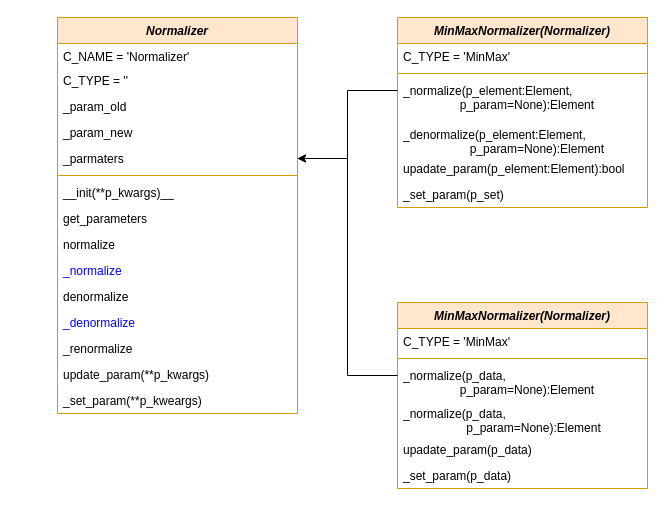
Earlier version of the draw.io diagram doc/rtd/content/append2/core/images/bf/MLPro-BF-Math-Normalizers_class_diagram.drawio (fhswf/MLPro). Source tidied: cells renumbered, new cells numbered last; positions are measured from the earlier drawing's top-left corner, leaving out a move shared by most shapes. Both pictures are drawn from the tidied source at 100%, with x=0, y=0 at pixel (57, 17).
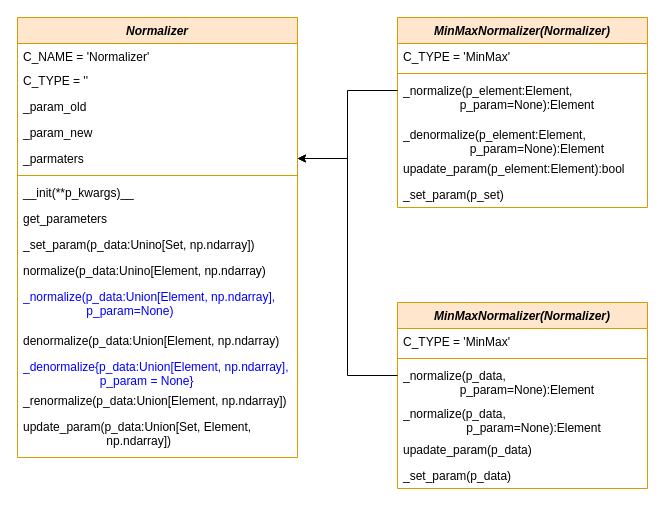
Above is the later version.

Change to the diagram source:
```diff
@@
     <mxCell id="2" value="Normalizer" style="swimlane;fontStyle=3;align=center;verticalAlign=top;horizontal=1;startSize=26;rounded=0;shadow=0;strokeWidth=1;fillColor=#ffe6cc;strokeColor=#d79b00;" parent="1" vertex="1">
-      <mxGeometry width="240" height="396" as="geometry" />
+      <mxGeometry x="-40" width="280" height="440" as="geometry" />
     </mxCell>
     <mxCell id="3" value="C_NAME = 'Normalizer'" style="text;align=left;verticalAlign=top;spacingLeft=4;spacingRight=4;overflow=hidden;" parent="2" vertex="1">
-      <mxGeometry y="26" width="240" height="24" as="geometry" />
+      <mxGeometry y="26" width="280" height="24" as="geometry" />
     </mxCell>
     <mxCell id="4" value="C_TYPE = ''" style="text;align=left;verticalAlign=top;spacingLeft=4;spacingRight=4;overflow=hidden;rounded=0;shadow=0;html=0;" parent="2" vertex="1">
-      <mxGeometry y="50" width="240" height="26" as="geometry" />
+      <mxGeometry y="50" width="280" height="26" as="geometry" />
     </mxCell>
     <mxCell id="5" value="_param_old" style="text;align=left;verticalAlign=top;spacingLeft=4;spacingRight=4;overflow=hidden;rounded=0;shadow=0;html=0;" parent="2" vertex="1">
-      <mxGeometry y="76" width="240" height="26" as="geometry" />
+      <mxGeometry y="76" width="280" height="26" as="geometry" />
     </mxCell>
     <mxCell id="6" value="_param_new" style="text;align=left;verticalAlign=top;spacingLeft=4;spacingRight=4;overflow=hidden;rounded=0;shadow=0;html=0;" parent="2" vertex="1">
-      <mxGeometry y="102" width="240" height="26" as="geometry" />
+      <mxGeometry y="102" width="280" height="26" as="geometry" />
     </mxCell>
     <mxCell id="7" value="_parmaters" style="text;align=left;verticalAlign=top;spacingLeft=4;spacingRight=4;overflow=hidden;points=[[0,0.5],[1,0.5]];portConstraint=eastwest;rounded=0;shadow=0;html=0;" parent="2" vertex="1">
-      <mxGeometry y="128" width="240" height="26" as="geometry" />
+      <mxGeometry y="128" width="280" height="26" as="geometry" />
     </mxCell>
     <mxCell id="8" style="line;html=1;strokeWidth=1;align=left;verticalAlign=middle;spacingTop=-1;spacingLeft=3;spacingRight=3;labelPosition=right;fillColor=#ffe6cc;strokeColor=#d79b00;" parent="2" vertex="1">
-      <mxGeometry y="154" width="240" height="8" as="geometry" />
+      <mxGeometry y="154" width="280" height="8" as="geometry" />
     </mxCell>
     <mxCell id="9" value="__init(**p_kwargs)__" style="text;align=left;verticalAlign=top;spacingLeft=4;spacingRight=4;overflow=hidden;" parent="2" vertex="1">
-      <mxGeometry y="162" width="240" height="26" as="geometry" />
+      <mxGeometry y="162" width="280" height="26" as="geometry" />
     </mxCell>
     <mxCell id="10" value="get_parameters" style="text;align=left;verticalAlign=top;spacingLeft=4;spacingRight=4;overflow=hidden;" parent="2" vertex="1">
-      <mxGeometry y="188" width="240" height="26" as="geometry" />
+      <mxGeometry y="188" width="280" height="26" as="geometry" />
     </mxCell>
+    <mxCell id="17" value="_set_param(p_data:Unino[Set, np.ndarray])" style="text;align=left;verticalAlign=top;spacingLeft=4;spacingRight=4;overflow=hidden;fontColor=#000000;" parent="2" vertex="1">
+      <mxGeometry y="214" width="280" height="26" as="geometry" />
+    </mxCell>
-    <mxCell id="11" value="normalize" style="text;align=left;verticalAlign=top;spacingLeft=4;spacingRight=4;overflow=hidden;" parent="2" vertex="1">
-      <mxGeometry y="214" width="240" height="26" as="geometry" />
+    <mxCell id="11" value="normalize(p_data:Unino[Element, np.ndarray)" style="text;align=left;verticalAlign=top;spacingLeft=4;spacingRight=4;overflow=hidden;" parent="2" vertex="1">
+      <mxGeometry y="240" width="280" height="26" as="geometry" />
     </mxCell>
-    <mxCell id="12" value="_normalize" style="text;align=left;verticalAlign=top;spacingLeft=4;spacingRight=4;overflow=hidden;fontColor=#0000FF;" parent="2" vertex="1">
-      <mxGeometry y="240" width="240" height="26" as="geometry" />
+    <mxCell id="12" value="_normalize(p_data:Union[Element, np.ndarray],                         p_param=None)" style="text;align=left;verticalAlign=top;spacingLeft=4;spacingRight=4;overflow=hidden;fontColor=#0000FF;whiteSpace=wrap;" parent="2" vertex="1">
+      <mxGeometry y="266" width="280" height="44" as="geometry" />
     </mxCell>
-    <mxCell id="13" value="denormalize" style="text;align=left;verticalAlign=top;spacingLeft=4;spacingRight=4;overflow=hidden;" parent="2" vertex="1">
-      <mxGeometry y="266" width="240" height="26" as="geometry" />
+    <mxCell id="13" value="denormalize(p_data:Union[Element, np.ndarray)" style="text;align=left;verticalAlign=top;spacingLeft=4;spacingRight=4;overflow=hidden;" parent="2" vertex="1">
+      <mxGeometry y="310" width="280" height="26" as="geometry" />
     </mxCell>
-    <mxCell id="14" value="_denormalize" style="text;align=left;verticalAlign=top;spacingLeft=4;spacingRight=4;overflow=hidden;fontColor=#0000FF;" parent="2" vertex="1">
-      <mxGeometry y="292" width="240" height="26" as="geometry" />
+    <mxCell id="14" value="_denormalize{p_data:Union[Element, np.ndarray],                         p_param = None}" style="text;align=left;verticalAlign=top;spacingLeft=4;spacingRight=4;overflow=hidden;fontColor=#0000FF;whiteSpace=wrap;" parent="2" vertex="1">
+      <mxGeometry y="336" width="280" height="34" as="geometry" />
     </mxCell>
-    <mxCell id="15" value="_renormalize" style="text;align=left;verticalAlign=top;spacingLeft=4;spacingRight=4;overflow=hidden;fontColor=#000000;" parent="2" vertex="1">
-      <mxGeometry y="318" width="240" height="26" as="geometry" />
+    <mxCell id="15" value="_renormalize(p_data:Union[Element, np.ndarray])" style="text;align=left;verticalAlign=top;spacingLeft=4;spacingRight=4;overflow=hidden;fontColor=#000000;" parent="2" vertex="1">
+      <mxGeometry y="370" width="280" height="26" as="geometry" />
     </mxCell>
-    <mxCell id="16" value="update_param(**p_kwargs)" style="text;align=left;verticalAlign=top;spacingLeft=4;spacingRight=4;overflow=hidden;fontColor=#000000;" parent="2" vertex="1">
-      <mxGeometry y="344" width="240" height="26" as="geometry" />
+    <mxCell id="16" value="update_param(p_data:Union[Set, Element,                                     np.ndarray])" style="text;align=left;verticalAlign=top;spacingLeft=4;spacingRight=4;overflow=hidden;fontColor=#000000;whiteSpace=wrap;" parent="2" vertex="1">
+      <mxGeometry y="396" width="280" height="44" as="geometry" />
     </mxCell>
-    <mxCell id="17" value="_set_param(**p_kweargs)" style="text;align=left;verticalAlign=top;spacingLeft=4;spacingRight=4;overflow=hidden;fontColor=#000000;" parent="2" vertex="1">
-      <mxGeometry y="370" width="240" height="26" as="geometry" />
-    </mxCell>
```
